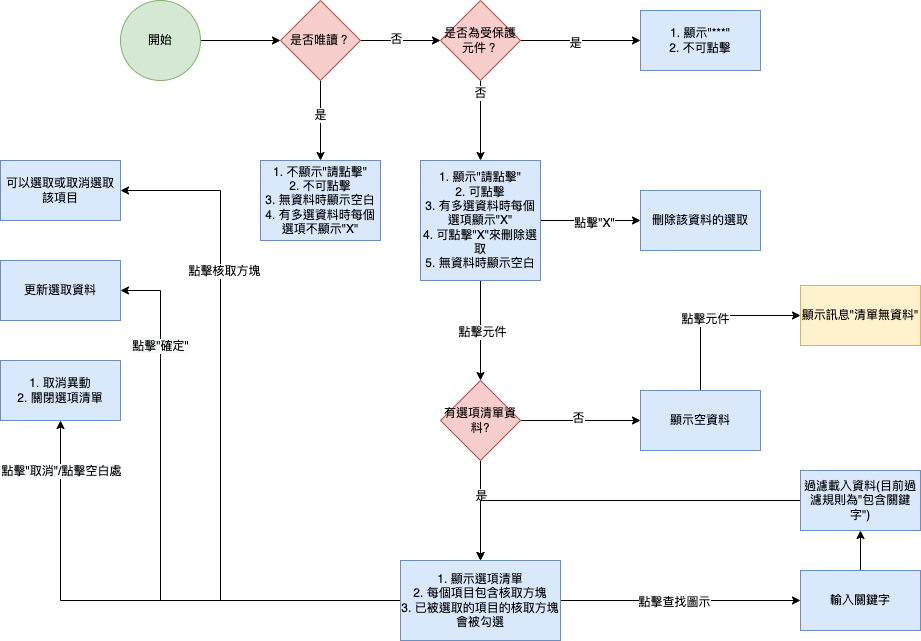
The draw.io diagram 8.10.1/MAE/Component/Image/workflow_droplist_multi.png in ArcareRD/sadocs, before a commit. Source tidied: cells renumbered, new cells last; positions are measured from the earlier drawing's top-left corner, leaving out a move shared by most shapes. Source of this version:
```xml
<mxGraphModel>
  <root>
    <mxCell id="0" />
    <mxCell id="1" parent="0" />
    <mxCell id="2" style="edgeStyle=orthogonalEdgeStyle;rounded=0;jettySize=auto;html=1;exitX=1;exitY=0.5;exitDx=0;exitDy=0;" parent="1" edge="1" source="3" target="8">
      <mxGeometry relative="1" as="geometry" />
    </mxCell>
    <mxCell id="3" value="開始" style="ellipse;whiteSpace=wrap;html=1;fillColor=#d5e8d4;strokeColor=#82b366;" parent="1" vertex="1">
      <mxGeometry x="120" width="80" height="80" as="geometry" />
    </mxCell>
    <mxCell id="4" style="edgeStyle=orthogonalEdgeStyle;rounded=0;jettySize=auto;html=1;exitX=1;exitY=0.5;exitDx=0;exitDy=0;" parent="1" edge="1" source="8" target="26">
      <mxGeometry relative="1" as="geometry" />
    </mxCell>
    <mxCell id="5" value="否" style="edgeLabel;html=1;align=center;verticalAlign=middle;" parent="4" vertex="1">
      <mxGeometry x="-0.12" y="2" relative="1" as="geometry" />
    </mxCell>
    <mxCell id="6" style="edgeStyle=orthogonalEdgeStyle;rounded=0;jettySize=auto;html=1;exitX=0.5;exitY=1;exitDx=0;exitDy=0;" parent="1" edge="1" source="8" target="14">
      <mxGeometry relative="1" as="geometry" />
    </mxCell>
    <mxCell id="7" value="是" style="edgeLabel;html=1;align=center;verticalAlign=middle;" parent="6" vertex="1">
      <mxGeometry x="-0.15" y="-1" relative="1" as="geometry" />
    </mxCell>
    <mxCell id="8" value="是否唯讀？" style="rhombus;whiteSpace=wrap;html=1;fillColor=#f8cecc;strokeColor=#b85450;" parent="1" vertex="1">
      <mxGeometry x="280" width="80" height="80" as="geometry" />
    </mxCell>
    <mxCell id="9" style="edgeStyle=orthogonalEdgeStyle;rounded=0;jettySize=auto;html=1;" parent="1" edge="1" source="13" target="15">
      <mxGeometry relative="1" as="geometry" />
    </mxCell>
    <mxCell id="10" value="點擊&quot;X&quot;" style="edgeLabel;html=1;align=center;verticalAlign=middle;" parent="9" vertex="1">
      <mxGeometry x="0.05" y="-2" relative="1" as="geometry" />
    </mxCell>
    <mxCell id="11" style="edgeStyle=orthogonalEdgeStyle;rounded=0;jettySize=auto;html=1;" parent="1" edge="1" source="13" target="20">
      <mxGeometry relative="1" as="geometry" />
    </mxCell>
    <mxCell id="12" value="點擊元件" style="edgeLabel;html=1;align=center;verticalAlign=middle;" parent="11" vertex="1">
      <mxGeometry x="0.02" y="1" relative="1" as="geometry" />
    </mxCell>
    <mxCell id="13" value="1. 顯示&quot;請點擊&quot;&lt;br&gt;2. 可點擊&lt;br&gt;3. 有多選資料時每個選項顯示&quot;X&quot;&lt;br&gt;4. 可點擊&quot;X&quot;來刪除選取&lt;br&gt;5. 無資料時顯示空白" style="rounded=0;whiteSpace=wrap;html=1;fillColor=#dae8fc;strokeColor=#6c8ebf;" parent="1" vertex="1">
      <mxGeometry x="420" y="160" width="120" height="120" as="geometry" />
    </mxCell>
    <mxCell id="14" value="1. 不顯示&quot;請點擊&quot;&lt;br&gt;2. 不可點擊&lt;br&gt;3. 無資料時顯示空白&lt;br&gt;4. 有多選資料時每個選項不顯示&quot;X&quot;" style="rounded=0;whiteSpace=wrap;html=1;fillColor=#dae8fc;strokeColor=#6c8ebf;" parent="1" vertex="1">
      <mxGeometry x="260" y="160" width="120" height="80" as="geometry" />
    </mxCell>
    <mxCell id="15" value="刪除該資料的選取" style="whiteSpace=wrap;html=1;rounded=0;fillColor=#dae8fc;strokeColor=#6c8ebf;" parent="1" vertex="1">
      <mxGeometry x="640" y="190" width="120" height="60" as="geometry" />
    </mxCell>
    <mxCell id="16" style="edgeStyle=orthogonalEdgeStyle;rounded=0;jettySize=auto;html=1;" parent="1" edge="1" source="20" target="36">
      <mxGeometry relative="1" as="geometry" />
    </mxCell>
    <mxCell id="17" value="是" style="edgeLabel;html=1;align=center;verticalAlign=middle;" parent="16" vertex="1">
      <mxGeometry x="-0.29" relative="1" as="geometry" />
    </mxCell>
    <mxCell id="18" style="edgeStyle=orthogonalEdgeStyle;rounded=0;jettySize=auto;html=1;" parent="1" edge="1" source="20" target="42">
      <mxGeometry relative="1" as="geometry" />
    </mxCell>
    <mxCell id="19" value="否" style="edgeLabel;html=1;align=center;verticalAlign=middle;" parent="18" vertex="1">
      <mxGeometry x="-0.05" y="3" relative="1" as="geometry" />
    </mxCell>
    <mxCell id="20" value="有選項清單資料?" style="rhombus;whiteSpace=wrap;html=1;fillColor=#f8cecc;strokeColor=#b85450;" parent="1" vertex="1">
      <mxGeometry x="440" y="380" width="80" height="80" as="geometry" />
    </mxCell>
    <mxCell id="21" value="顯示訊息&quot;清單無資料&quot;" style="whiteSpace=wrap;html=1;fillColor=#fff2cc;strokeColor=#d6b656;" parent="1" vertex="1">
      <mxGeometry x="800" y="285" width="120" height="60" as="geometry" />
    </mxCell>
    <mxCell id="22" style="edgeStyle=orthogonalEdgeStyle;rounded=0;jettySize=auto;html=1;" parent="1" edge="1" source="26" target="27">
      <mxGeometry relative="1" as="geometry" />
    </mxCell>
    <mxCell id="23" value="是" style="edgeLabel;html=1;align=center;verticalAlign=middle;" parent="22" vertex="1">
      <mxGeometry x="-0.1" y="-2" relative="1" as="geometry" />
    </mxCell>
    <mxCell id="24" style="edgeStyle=orthogonalEdgeStyle;rounded=0;jettySize=auto;html=1;exitX=0.5;exitY=1;exitDx=0;exitDy=0;" parent="1" edge="1" source="26" target="13">
      <mxGeometry relative="1" as="geometry" />
    </mxCell>
    <mxCell id="25" value="否" style="edgeLabel;html=1;align=center;verticalAlign=middle;" parent="24" vertex="1">
      <mxGeometry x="-0.71" y="-1" relative="1" as="geometry" />
    </mxCell>
    <mxCell id="26" value="是否為受保護元件？" style="rhombus;whiteSpace=wrap;html=1;fillColor=#f8cecc;strokeColor=#b85450;" parent="1" vertex="1">
      <mxGeometry x="440" width="80" height="80" as="geometry" />
    </mxCell>
    <mxCell id="27" value="1. 顯示&quot;***&quot;&lt;br&gt;2. 不可點擊" style="whiteSpace=wrap;html=1;fillColor=#dae8fc;strokeColor=#6c8ebf;" parent="1" vertex="1">
      <mxGeometry x="640" y="10" width="120" height="60" as="geometry" />
    </mxCell>
    <mxCell id="28" style="edgeStyle=orthogonalEdgeStyle;rounded=0;jettySize=auto;html=1;" parent="1" edge="1" source="36" target="37">
      <mxGeometry relative="1" as="geometry">
        <Array as="points">
          <mxPoint x="220" y="600" />
          <mxPoint x="220" y="190" />
        </Array>
      </mxGeometry>
    </mxCell>
    <mxCell id="29" value="點擊核取方塊" style="edgeLabel;html=1;align=center;verticalAlign=middle;" parent="28" vertex="1">
      <mxGeometry x="-0.04" y="-3" relative="1" as="geometry">
        <mxPoint y="-179" as="offset" />
      </mxGeometry>
    </mxCell>
    <mxCell id="30" style="edgeStyle=orthogonalEdgeStyle;rounded=0;jettySize=auto;html=1;" parent="1" edge="1" source="36" target="38">
      <mxGeometry relative="1" as="geometry">
        <Array as="points">
          <mxPoint x="160" y="600" />
          <mxPoint x="160" y="290" />
        </Array>
      </mxGeometry>
    </mxCell>
    <mxCell id="31" value="&lt;span style=&quot;font-size: 12px ; background-color: rgb(248 , 249 , 250)&quot;&gt;點擊&quot;確定&quot;&lt;/span&gt;" style="edgeLabel;html=1;align=center;verticalAlign=middle;" parent="30" vertex="1">
      <mxGeometry x="0.28" y="1" relative="1" as="geometry">
        <mxPoint y="-119" as="offset" />
      </mxGeometry>
    </mxCell>
    <mxCell id="32" style="edgeStyle=orthogonalEdgeStyle;rounded=0;jettySize=auto;html=1;" parent="1" edge="1" source="36" target="39">
      <mxGeometry relative="1" as="geometry">
        <Array as="points">
          <mxPoint x="60" y="600" />
        </Array>
      </mxGeometry>
    </mxCell>
    <mxCell id="33" value="&lt;span style=&quot;font-size: 12px ; background-color: rgb(248 , 249 , 250)&quot;&gt;點擊&quot;取消&quot;/點擊空白處&lt;/span&gt;" style="edgeLabel;html=1;align=center;verticalAlign=middle;" parent="32" vertex="1">
      <mxGeometry x="0.23" relative="1" as="geometry">
        <mxPoint x="-20" y="-130" as="offset" />
      </mxGeometry>
    </mxCell>
    <mxCell id="34" style="edgeStyle=orthogonalEdgeStyle;rounded=0;jettySize=auto;html=1;" parent="1" edge="1" source="36" target="44">
      <mxGeometry relative="1" as="geometry" />
    </mxCell>
    <mxCell id="35" value="點擊查找圖示" style="edgeLabel;html=1;align=center;verticalAlign=middle;" parent="34" vertex="1">
      <mxGeometry x="-0.06" y="-1" relative="1" as="geometry" />
    </mxCell>
    <mxCell id="36" value="1. 顯示選項清單&lt;br&gt;2. 每個項目包含核取方塊&lt;br&gt;3. 已被選取的項目的核取方塊會被勾選" style="rounded=0;whiteSpace=wrap;html=1;fillColor=#dae8fc;strokeColor=#6c8ebf;" parent="1" vertex="1">
      <mxGeometry x="400" y="560" width="160" height="80" as="geometry" />
    </mxCell>
    <mxCell id="37" value="&lt;span&gt;可以選取或取消選取該項目&lt;/span&gt;" style="whiteSpace=wrap;html=1;rounded=0;fillColor=#dae8fc;strokeColor=#6c8ebf;" parent="1" vertex="1">
      <mxGeometry y="160" width="120" height="60" as="geometry" />
    </mxCell>
    <mxCell id="38" value="&lt;span&gt;更新選取資料&lt;/span&gt;" style="whiteSpace=wrap;html=1;rounded=0;fillColor=#dae8fc;strokeColor=#6c8ebf;" parent="1" vertex="1">
      <mxGeometry y="260" width="120" height="60" as="geometry" />
    </mxCell>
    <mxCell id="39" value="1. 取消異動&lt;br&gt;2. 關閉選項清單" style="whiteSpace=wrap;html=1;rounded=0;fillColor=#dae8fc;strokeColor=#6c8ebf;" parent="1" vertex="1">
      <mxGeometry y="360" width="120" height="60" as="geometry" />
    </mxCell>
    <mxCell id="40" style="edgeStyle=orthogonalEdgeStyle;rounded=0;jettySize=auto;html=1;exitX=0.5;exitY=0;exitDx=0;exitDy=0;" parent="1" edge="1" source="42" target="21">
      <mxGeometry relative="1" as="geometry">
        <Array as="points">
          <mxPoint x="700" y="315" />
        </Array>
      </mxGeometry>
    </mxCell>
    <mxCell id="41" value="點擊元件" style="edgeLabel;html=1;align=center;verticalAlign=middle;" parent="40" vertex="1">
      <mxGeometry x="-0.1" y="-3" relative="1" as="geometry" />
    </mxCell>
    <mxCell id="42" value="顯示空資料" style="whiteSpace=wrap;html=1;strokeColor=#6c8ebf;fillColor=#dae8fc;" parent="1" vertex="1">
      <mxGeometry x="640" y="390" width="120" height="60" as="geometry" />
    </mxCell>
    <mxCell id="43" style="edgeStyle=orthogonalEdgeStyle;rounded=0;jettySize=auto;html=1;" parent="1" edge="1" source="44" target="46">
      <mxGeometry relative="1" as="geometry" />
    </mxCell>
    <mxCell id="44" value="輸入關鍵字" style="whiteSpace=wrap;html=1;rounded=0;strokeColor=#6c8ebf;fillColor=#dae8fc;" parent="1" vertex="1">
      <mxGeometry x="800" y="570" width="120" height="60" as="geometry" />
    </mxCell>
    <mxCell id="45" style="edgeStyle=orthogonalEdgeStyle;rounded=0;jettySize=auto;html=1;exitX=0;exitY=0.5;exitDx=0;exitDy=0;" parent="1" edge="1" source="46" target="36">
      <mxGeometry relative="1" as="geometry" />
    </mxCell>
    <mxCell id="46" value="過濾載入資料(目前過濾規則為&quot;包含關鍵字&quot;)" style="whiteSpace=wrap;html=1;rounded=0;strokeColor=#6c8ebf;fillColor=#dae8fc;" parent="1" vertex="1">
      <mxGeometry x="800" y="470" width="120" height="60" as="geometry" />
    </mxCell>
  </root>
</mxGraphModel>
```
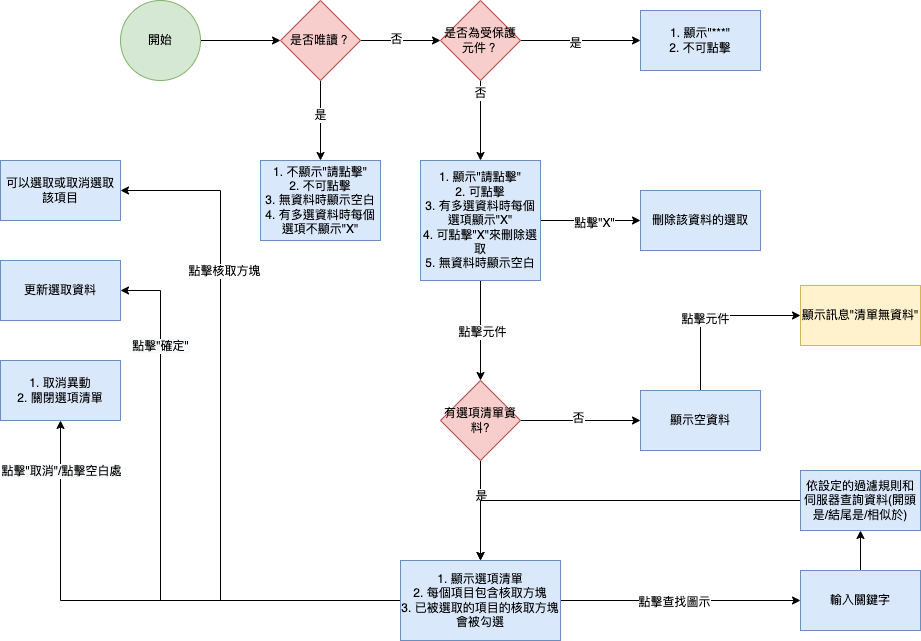
The same diagram one commit later.

The edit, as a diff of the source:
```diff
@@ -158,7 +158,7 @@
     <mxCell id="45" style="edgeStyle=orthogonalEdgeStyle;rounded=0;jettySize=auto;html=1;exitX=0;exitY=0.5;exitDx=0;exitDy=0;" parent="1" edge="1" source="46" target="36">
       <mxGeometry relative="1" as="geometry" />
     </mxCell>
-    <mxCell id="46" value="過濾載入資料(目前過濾規則為&quot;包含關鍵字&quot;)" style="whiteSpace=wrap;html=1;rounded=0;strokeColor=#6c8ebf;fillColor=#dae8fc;" parent="1" vertex="1">
+    <mxCell id="46" value="依設定的過濾規則和伺服器查詢資料(開頭是/結尾是/相似於)" style="whiteSpace=wrap;html=1;rounded=0;strokeColor=#6c8ebf;fillColor=#dae8fc;" parent="1" vertex="1">
       <mxGeometry x="800" y="470" width="120" height="60" as="geometry" />
     </mxCell>
   </root>
```
